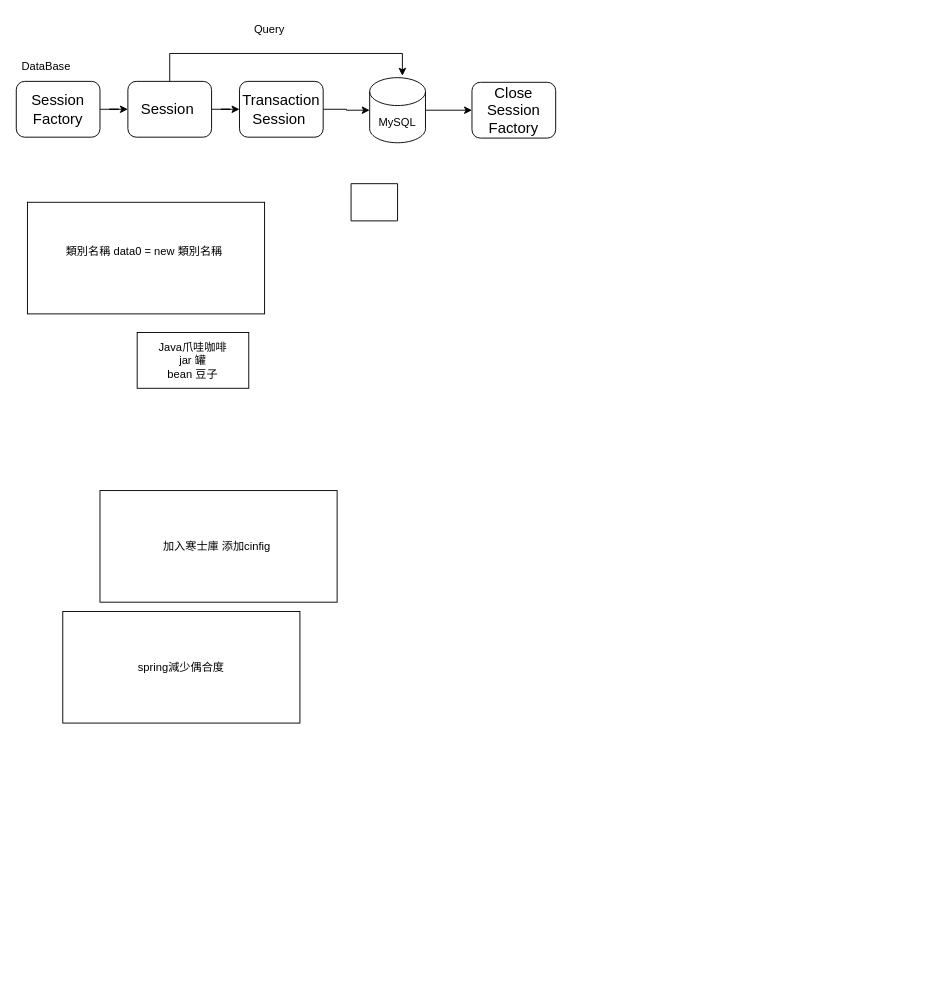
Before: page "Hibernate" (1 of 2) of Untitled Diagram.drawio in kmkurumi/Learning-Internet-knowledge-by-drawio, a draw.io diagram. Source tidied: cells renumbered, new cells numbered last; positions are measured from the earlier drawing's top-left corner, leaving out a move shared by most shapes. Both pictures are drawn from the tidied source at 93%, with x=0, y=0 at pixel (16, 16).
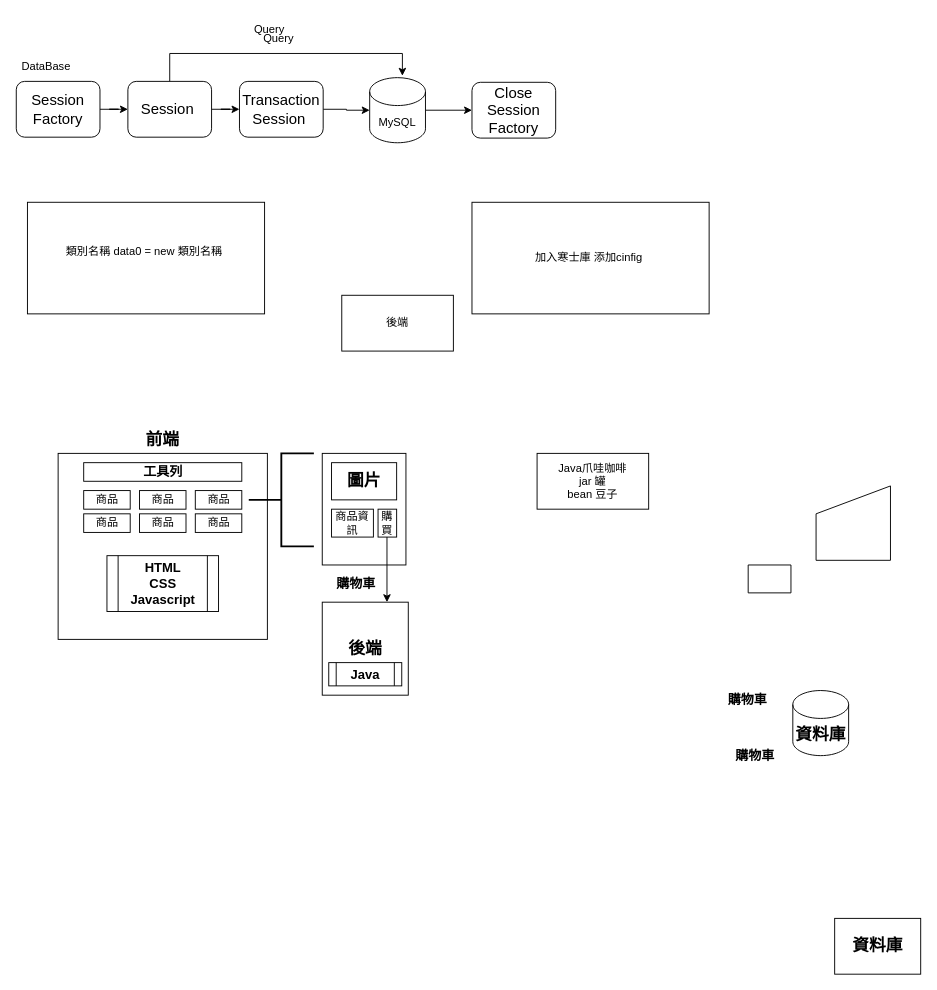
The same diagram, later.

The edit, as a diff of the source:
```diff
@@
-    <mxCell id="14" style="swimlane;startSize=0;" parent="1" vertex="1" collapsed="1">
-      <mxGeometry x="360" y="180" width="50" height="40" as="geometry" />
-    </mxCell>
     <mxCell id="15" value="Java爪哇咖啡&lt;br&gt;jar 罐&lt;br&gt;bean 豆子" style="rounded=0;whiteSpace=wrap;html=1;" parent="1" vertex="1">
-      <mxGeometry x="130" y="340" width="120" height="60" as="geometry" />
+      <mxGeometry x="560" y="470" width="120" height="60" as="geometry" />
     </mxCell>
     <mxCell id="16" value="加入寒士庫 添加cinfig&amp;nbsp;" style="rounded=0;whiteSpace=wrap;html=1;" parent="1" vertex="1">
-      <mxGeometry x="90" y="510" width="255" height="120" as="geometry" />
+      <mxGeometry x="490" y="200" width="255" height="120" as="geometry" />
     </mxCell>
@@
-    <mxCell id="18" value="spring減少偶合度" style="rounded=0;whiteSpace=wrap;html=1;" parent="1" vertex="1">
-      <mxGeometry x="50" y="640" width="255" height="120" as="geometry" />
+    <mxCell id="18" style="rounded=0;whiteSpace=wrap;html=1;" parent="1" vertex="1">
+      <mxGeometry x="45" y="470" width="225" height="200" as="geometry" />
     </mxCell>
+    <mxCell id="19" value="&lt;font style=&quot;font-size: 14px&quot;&gt;&lt;b&gt;工具列&lt;/b&gt;&lt;/font&gt;" style="rounded=0;whiteSpace=wrap;html=1;" parent="1" vertex="1">
+      <mxGeometry x="72.5" y="480" width="170" height="20" as="geometry" />
+    </mxCell>
+    <mxCell id="20" value="商品" style="rounded=0;whiteSpace=wrap;html=1;" parent="1" vertex="1">
+      <mxGeometry x="72.5" y="510" width="50" height="20" as="geometry" />
+    </mxCell>
+    <mxCell id="21" value="商品" style="rounded=0;whiteSpace=wrap;html=1;" parent="1" vertex="1">
+      <mxGeometry x="132.5" y="510" width="50" height="20" as="geometry" />
+    </mxCell>
+    <mxCell id="22" value="商品" style="rounded=0;whiteSpace=wrap;html=1;" parent="1" vertex="1">
+      <mxGeometry x="72.5" y="535" width="50" height="20" as="geometry" />
+    </mxCell>
+    <mxCell id="23" value="商品" style="rounded=0;whiteSpace=wrap;html=1;" parent="1" vertex="1">
+      <mxGeometry x="132.5" y="535" width="50" height="20" as="geometry" />
+    </mxCell>
+    <mxCell id="24" value="商品" style="rounded=0;whiteSpace=wrap;html=1;" parent="1" vertex="1">
+      <mxGeometry x="192.5" y="510" width="50" height="20" as="geometry" />
+    </mxCell>
+    <mxCell id="25" value="商品" style="rounded=0;whiteSpace=wrap;html=1;" parent="1" vertex="1">
+      <mxGeometry x="192.5" y="535" width="50" height="20" as="geometry" />
+    </mxCell>
+    <mxCell id="26" style="swimlane;startSize=0;" parent="1" vertex="1" collapsed="1">
+      <mxGeometry x="787" y="590" width="46" height="30" as="geometry" />
+    </mxCell>
+    <mxCell id="27" style="rounded=0;whiteSpace=wrap;html=1;" parent="1" vertex="1">
+      <mxGeometry x="329" y="470" width="90" height="120" as="geometry" />
+    </mxCell>
+    <mxCell id="28" value="Query" style="text;strokeColor=none;fillColor=none;align=left;verticalAlign=top;spacingLeft=4;spacingRight=4;overflow=hidden;" parent="1" vertex="1">
+      <mxGeometry x="260" y="10" width="70" height="26" as="geometry" />
+    </mxCell>
+    <mxCell id="29" value="&lt;b&gt;&lt;font style=&quot;font-size: 18px&quot;&gt;前端&lt;/font&gt;&lt;/b&gt;" style="text;html=1;strokeColor=none;fillColor=none;align=center;verticalAlign=middle;whiteSpace=wrap;rounded=0;" parent="1" vertex="1">
+      <mxGeometry x="131.2" y="440" width="52.5" height="30" as="geometry" />
+    </mxCell>
+    <mxCell id="30" value="後端" style="rounded=0;whiteSpace=wrap;html=1;" parent="1" vertex="1">
+      <mxGeometry x="350" y="300" width="120" height="60" as="geometry" />
+    </mxCell>
+    <mxCell id="31" value="&lt;b&gt;&lt;font style=&quot;font-size: 14px&quot;&gt;購物車&lt;/font&gt;&lt;/b&gt;" style="text;html=1;strokeColor=none;fillColor=none;align=center;verticalAlign=middle;whiteSpace=wrap;rounded=0;" parent="1" vertex="1">
+      <mxGeometry x="339" y="595" width="52.5" height="30" as="geometry" />
+    </mxCell>
+    <mxCell id="32" value="&lt;b&gt;&lt;font style=&quot;font-size: 18px&quot;&gt;圖片&lt;/font&gt;&lt;/b&gt;" style="rounded=0;whiteSpace=wrap;html=1;" parent="1" vertex="1">
+      <mxGeometry x="339" y="480" width="70" height="40" as="geometry" />
+    </mxCell>
+    <mxCell id="33" value="購買" style="rounded=0;whiteSpace=wrap;html=1;" parent="1" vertex="1">
+      <mxGeometry x="389" y="530" width="20" height="30" as="geometry" />
+    </mxCell>
+    <mxCell id="34" value="商品資訊" style="rounded=0;whiteSpace=wrap;html=1;" parent="1" vertex="1">
+      <mxGeometry x="339" y="530" width="45" height="30" as="geometry" />
+    </mxCell>
+    <mxCell id="35" value="&lt;font style=&quot;font-size: 18px&quot;&gt;&lt;b&gt;後端&lt;/b&gt;&lt;/font&gt;" style="rounded=0;whiteSpace=wrap;html=1;" parent="1" vertex="1">
+      <mxGeometry x="329" y="630" width="92.5" height="100" as="geometry" />
+    </mxCell>
+    <mxCell id="36" style="shape=manualInput;whiteSpace=wrap;html=1;" parent="1" vertex="1">
+      <mxGeometry x="860" y="505" width="80" height="80" as="geometry" />
+    </mxCell>
+    <mxCell id="37" style="strokeWidth=2;html=1;shape=mxgraph.flowchart.annotation_2;align=left;labelPosition=right;" parent="1" vertex="1">
+      <mxGeometry x="250" y="470" width="70" height="100" as="geometry" />
+    </mxCell>
+    <mxCell id="38" value="&lt;b&gt;&lt;font style=&quot;font-size: 14px&quot;&gt;HTML&lt;br&gt;CSS&lt;br&gt;Javascript&lt;br&gt;&lt;/font&gt;&lt;/b&gt;" style="shape=process;whiteSpace=wrap;html=1;backgroundOutline=1;" parent="1" vertex="1">
+      <mxGeometry x="97.5" y="580" width="120" height="60" as="geometry" />
+    </mxCell>
+    <mxCell id="39" style="endArrow=classic;html=1;" parent="1" edge="1">
+      <mxGeometry relative="1" as="geometry">
+        <mxPoint x="398.6" y="560" as="sourcePoint" />
+        <mxPoint x="398.6" y="630" as="targetPoint" />
+      </mxGeometry>
+    </mxCell>
+    <mxCell id="40" value="&lt;span style=&quot;font-size: 18px&quot;&gt;&lt;b&gt;資料庫&lt;/b&gt;&lt;/span&gt;" style="rounded=0;whiteSpace=wrap;html=1;" parent="1" vertex="1">
+      <mxGeometry x="880" y="970" width="92.5" height="60" as="geometry" />
+    </mxCell>
+    <mxCell id="41" value="&lt;b style=&quot;font-size: 18px&quot;&gt;資料庫&lt;/b&gt;" style="shape=cylinder3;whiteSpace=wrap;html=1;boundedLbl=1;backgroundOutline=1;size=15;" parent="1" vertex="1">
+      <mxGeometry x="835" y="725" width="60" height="70" as="geometry" />
+    </mxCell>
+    <mxCell id="42" value="&lt;b&gt;&lt;font style=&quot;font-size: 14px&quot;&gt;購物車&lt;/font&gt;&lt;/b&gt;" style="text;html=1;strokeColor=none;fillColor=none;align=center;verticalAlign=middle;whiteSpace=wrap;rounded=0;" parent="1" vertex="1">
+      <mxGeometry x="767.5" y="780" width="52.5" height="30" as="geometry" />
+    </mxCell>
+    <mxCell id="43" value="&lt;b&gt;&lt;font style=&quot;font-size: 14px&quot;&gt;購物車&lt;/font&gt;&lt;/b&gt;" style="text;html=1;strokeColor=none;fillColor=none;align=center;verticalAlign=middle;whiteSpace=wrap;rounded=0;" parent="1" vertex="1">
+      <mxGeometry x="760" y="720" width="52.5" height="30" as="geometry" />
+    </mxCell>
+    <mxCell id="44" value="&lt;b&gt;&lt;font style=&quot;font-size: 14px&quot;&gt;Java&lt;br&gt;&lt;/font&gt;&lt;/b&gt;" style="shape=process;whiteSpace=wrap;html=1;backgroundOutline=1;" parent="1" vertex="1">
+      <mxGeometry x="336" y="695" width="78.5" height="25" as="geometry" />
+    </mxCell>
```
